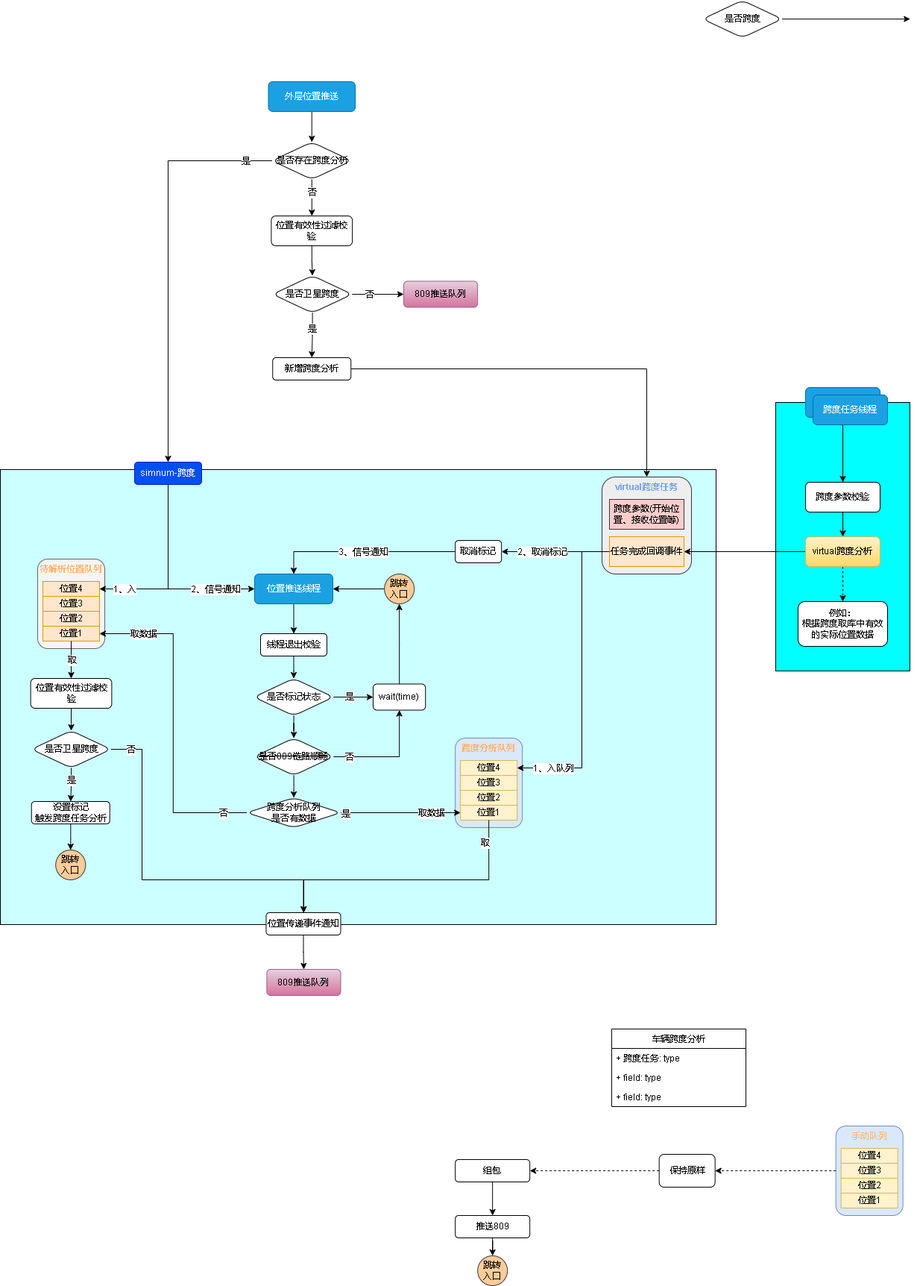
Before: 809数据跨度.drawio.png, a diagram exported from draw.io (xktder/draw). Source tidied: cells renumbered, new cells last; positions are measured from the earlier drawing's top-left corner, leaving out a move shared by most shapes.
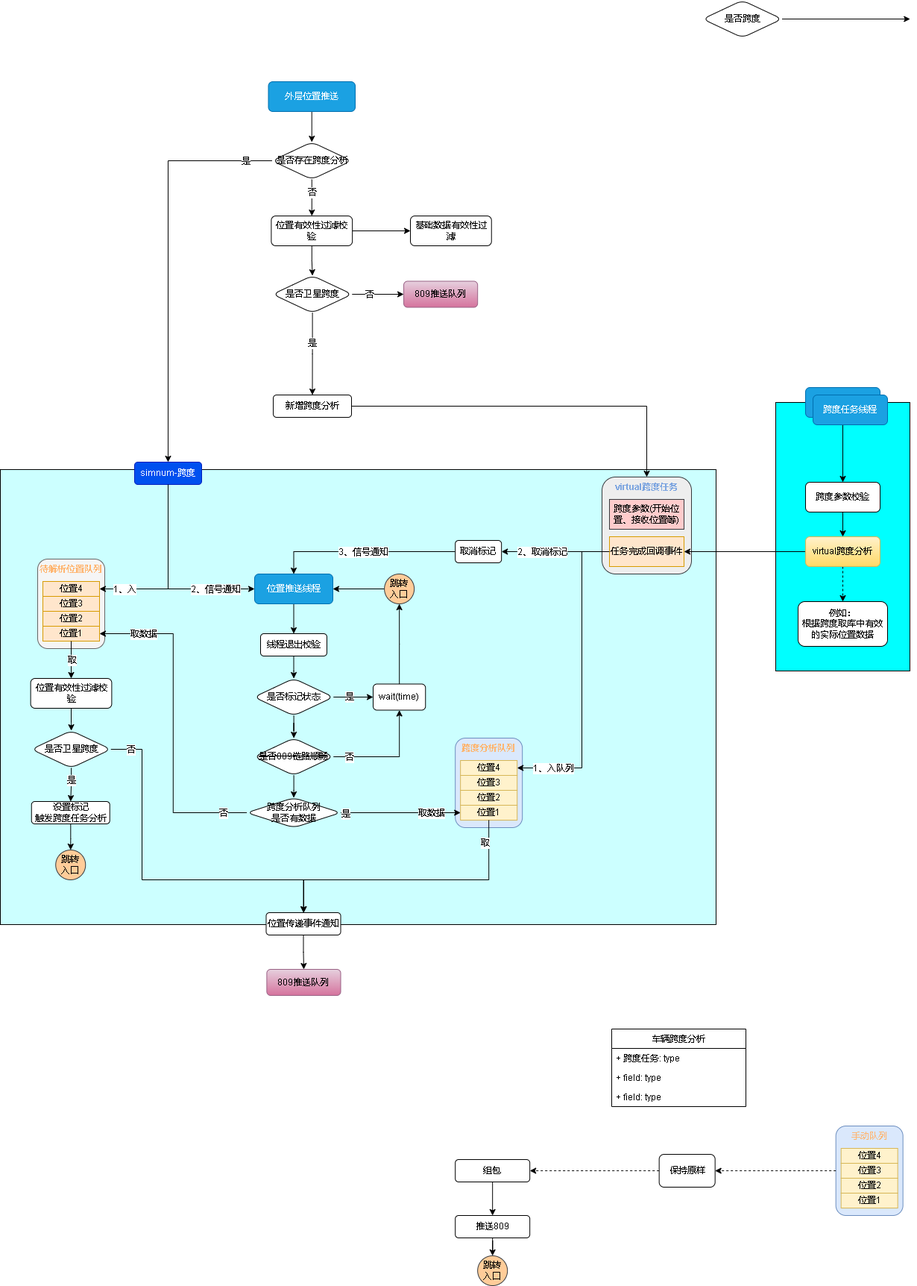
After the commit.

Commit message:
更新809数据跨度.drawio.png

Diff of the diagram source:
```diff
@@ -339,6 +339,9 @@
     <mxCell id="97" style="edgeStyle=orthogonalEdgeStyle;rounded=0;jettySize=auto;html=1;fontColor=#000000;" parent="1" edge="1" source="98" target="103">
       <mxGeometry relative="1" as="geometry" />
     </mxCell>
+    <mxCell id="118" style="edgeStyle=orthogonalEdgeStyle;rounded=0;jettySize=auto;html=1;entryX=0;entryY=0.5;entryDx=0;entryDy=0;" parent="1" edge="1" source="98" target="119">
+      <mxGeometry relative="1" as="geometry" />
+    </mxCell>
     <mxCell id="98" value="位置有效性过滤校验" style="rounded=1;whiteSpace=wrap;html=1;fontFamily=Helvetica;fontSize=12;fontColor=default;align=center;strokeColor=default;fillColor=default;" parent="1" vertex="1">
       <mxGeometry x="363.4" y="289" width="108.8" height="40" as="geometry" />
     </mxCell>
@@ -363,7 +366,7 @@
       <mxGeometry relative="1" as="geometry" />
     </mxCell>
     <mxCell id="105" value="新增跨度分析" style="rounded=1;whiteSpace=wrap;html=1;fontColor=#000000;" parent="1" vertex="1">
-      <mxGeometry x="365.3" y="479" width="105" height="30" as="geometry" />
+      <mxGeometry x="366" y="529" width="105" height="30" as="geometry" />
     </mxCell>
     <mxCell id="106" style="edgeStyle=orthogonalEdgeStyle;rounded=0;jettySize=auto;html=1;fontColor=#7EA6E0;" parent="1" edge="1" source="110" target="98">
       <mxGeometry relative="1" as="geometry" />
@@ -403,5 +406,8 @@
     <mxCell id="117" value="跨度任务线程" style="rounded=1;whiteSpace=wrap;html=1;fontColor=#ffffff;fillColor=#1ba1e2;strokeColor=#006EAF;" parent="1" vertex="1">
       <mxGeometry x="1090" y="529" width="100" height="40" as="geometry" />
     </mxCell>
+    <mxCell id="119" value="基础数据有效性过滤" style="rounded=1;whiteSpace=wrap;html=1;fontFamily=Helvetica;fontSize=12;fontColor=default;align=center;strokeColor=default;fillColor=default;" parent="1" vertex="1">
+      <mxGeometry x="550" y="289" width="108.8" height="40" as="geometry" />
+    </mxCell>
   </root>
 </mxGraphModel>
```
